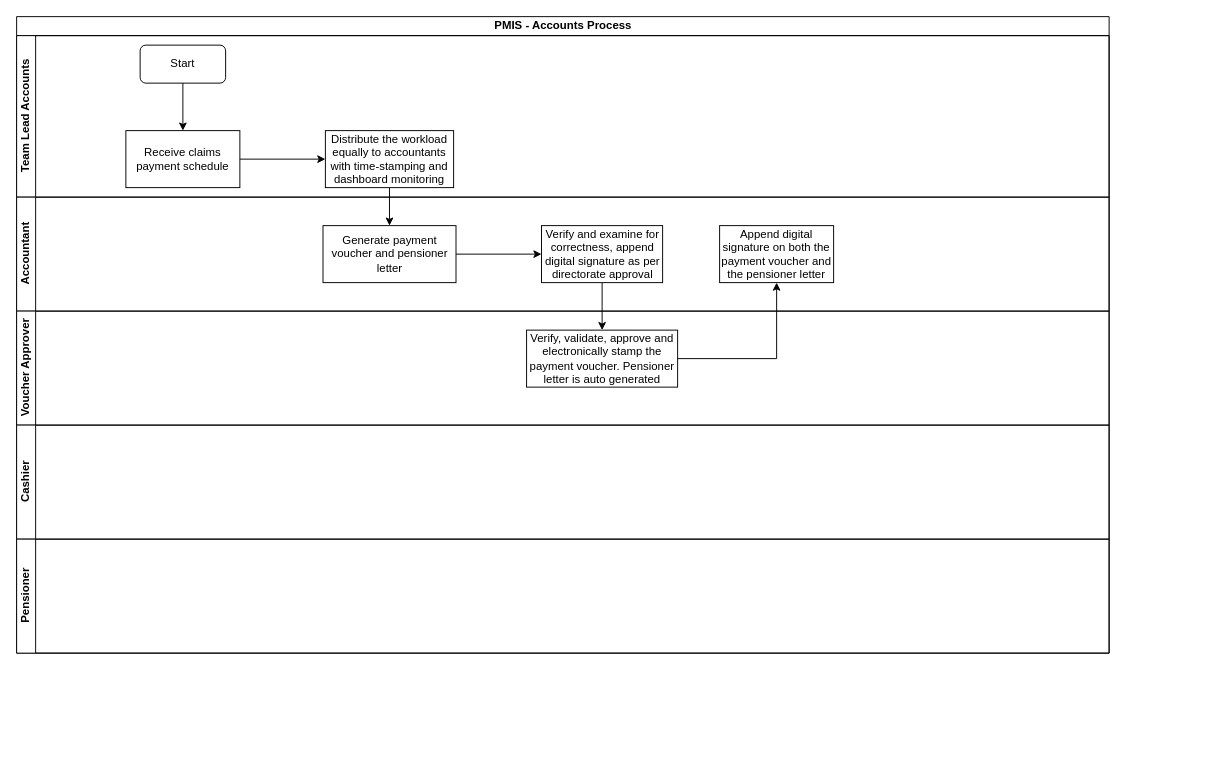
This is Pension - Accounts.drawio from kmagua/flowcharts, a draw.io file, before an edit. Source tidied: cells renumbered, new cells numbered last; positions are measured from the earlier drawing's top-left corner, leaving out a move shared by most shapes. Both pictures are drawn from the tidied source at 95%, with x=0, y=0 at pixel (16, 16).
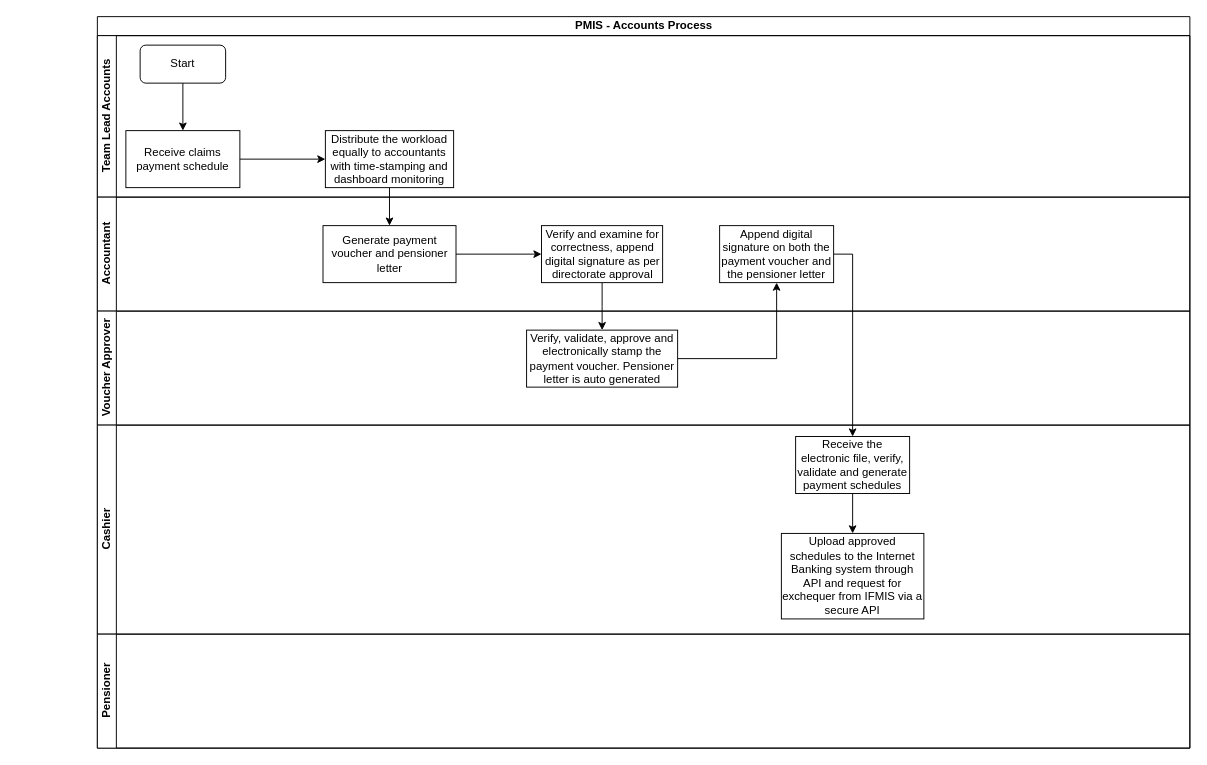
The same page after the edit.

The change refers to these unchanged cells:
```xml
<mxCell id="3" value="Team Lead Accounts" style="swimlane;html=1;startSize=20;horizontal=0;" parent="2" vertex="1">
  <mxGeometry y="20" width="1150" height="170" as="geometry" />
</mxCell>
<mxCell id="7" value="Accountant" style="swimlane;html=1;startSize=20;horizontal=0;" parent="2" vertex="1">
  <mxGeometry y="190" width="1150" height="120" as="geometry" />
</mxCell>
<mxCell id="10" value="Voucher Approver" style="swimlane;html=1;startSize=20;horizontal=0;" parent="2" vertex="1">
  <mxGeometry y="310" width="1150" height="120" as="geometry" />
</mxCell>
```

Diff of the diagram source:
```diff
@@
     <mxCell id="2" value="PMIS - Accounts Process" style="swimlane;html=1;horizontal=1;startSize=20;" parent="1" vertex="1">
-      <mxGeometry width="1150" height="670" as="geometry" />
+      <mxGeometry x="85" width="1150" height="770" as="geometry" />
     </mxCell>
+    <mxCell id="14" style="edgeStyle=orthogonalEdgeStyle;rounded=0;jettySize=auto;html=1;" parent="2" edge="1" source="11" target="9">
+      <mxGeometry relative="1" as="geometry" />
+    </mxCell>
+    <mxCell id="21" style="edgeStyle=orthogonalEdgeStyle;rounded=0;jettySize=auto;html=1;entryX=0.5;entryY=0;entryDx=0;entryDy=0;" parent="2" edge="1" source="9" target="22">
+      <mxGeometry relative="1" as="geometry">
+        <Array as="points">
+          <mxPoint x="795" y="250" />
+        </Array>
+      </mxGeometry>
+    </mxCell>
@@
     <mxCell id="4" value="Start" style="rounded=1;whiteSpace=wrap;html=1;" parent="3" vertex="1">
-      <mxGeometry x="130" y="10" width="90" height="40" as="geometry" />
+      <mxGeometry x="45" y="10" width="90" height="40" as="geometry" />
     </mxCell>
     <mxCell id="5" value="Receive claims payment schedule" style="rounded=0;whiteSpace=wrap;html=1;" parent="3" vertex="1">
-      <mxGeometry x="115" y="100" width="120" height="60" as="geometry" />
+      <mxGeometry x="30" y="100" width="120" height="60" as="geometry" />
     </mxCell>
@@
     <mxCell id="8" value="Generate payment voucher and pensioner letter" style="whiteSpace=wrap;html=1;rounded=0;" parent="7" vertex="1">
-      <mxGeometry x="322.5" y="30" width="140" height="60" as="geometry" />
+      <mxGeometry x="237.5" y="30" width="140" height="60" as="geometry" />
     </mxCell>
     <mxCell id="9" value="Append digital signature on both the payment voucher and the pensioner letter" style="whiteSpace=wrap;html=1;rounded=0;" parent="7" vertex="1">
-      <mxGeometry x="740" y="30" width="120" height="60" as="geometry" />
+      <mxGeometry x="655" y="30" width="120" height="60" as="geometry" />
     </mxCell>
@@
     <mxCell id="11" value="Verify, validate, approve and electronically stamp the payment voucher. Pensioner letter is auto generated" style="whiteSpace=wrap;html=1;rounded=0;" parent="10" vertex="1">
-      <mxGeometry x="536.8" y="20" width="159" height="60" as="geometry" />
+      <mxGeometry x="451.8" y="20" width="159" height="60" as="geometry" />
     </mxCell>
     <mxCell id="12" value="Cashier" style="swimlane;html=1;startSize=20;horizontal=0;" parent="2" vertex="1">
-      <mxGeometry y="430" width="1150" height="120" as="geometry" />
+      <mxGeometry y="430" width="1150" height="220" as="geometry" />
     </mxCell>
+    <mxCell id="22" value="Receive the electronic file, verify, validate and generate payment schedules" style="whiteSpace=wrap;html=1;rounded=0;" parent="12" vertex="1">
+      <mxGeometry x="735" y="12" width="120" height="60" as="geometry" />
+    </mxCell>
+    <mxCell id="23" value="Upload approved schedules to the Internet Banking system through API and request for exchequer from IFMIS via a secure API" style="whiteSpace=wrap;html=1;rounded=0;" parent="12" vertex="1">
+      <mxGeometry x="720" y="114" width="150" height="90" as="geometry" />
+    </mxCell>
+    <mxCell id="24" style="edgeStyle=orthogonalEdgeStyle;rounded=0;jettySize=auto;html=1;" parent="12" edge="1" source="22" target="23">
+      <mxGeometry relative="1" as="geometry" />
+    </mxCell>
     <mxCell id="13" value="Pensioner" style="swimlane;html=1;startSize=20;horizontal=0;" parent="2" vertex="1">
-      <mxGeometry y="550" width="1150" height="120" as="geometry" />
+      <mxGeometry y="650" width="1150" height="120" as="geometry" />
     </mxCell>
-    <mxCell id="14" style="edgeStyle=orthogonalEdgeStyle;rounded=0;jettySize=auto;html=1;" parent="2" edge="1" source="11" target="9">
-      <mxGeometry relative="1" as="geometry" />
-    </mxCell>
```
